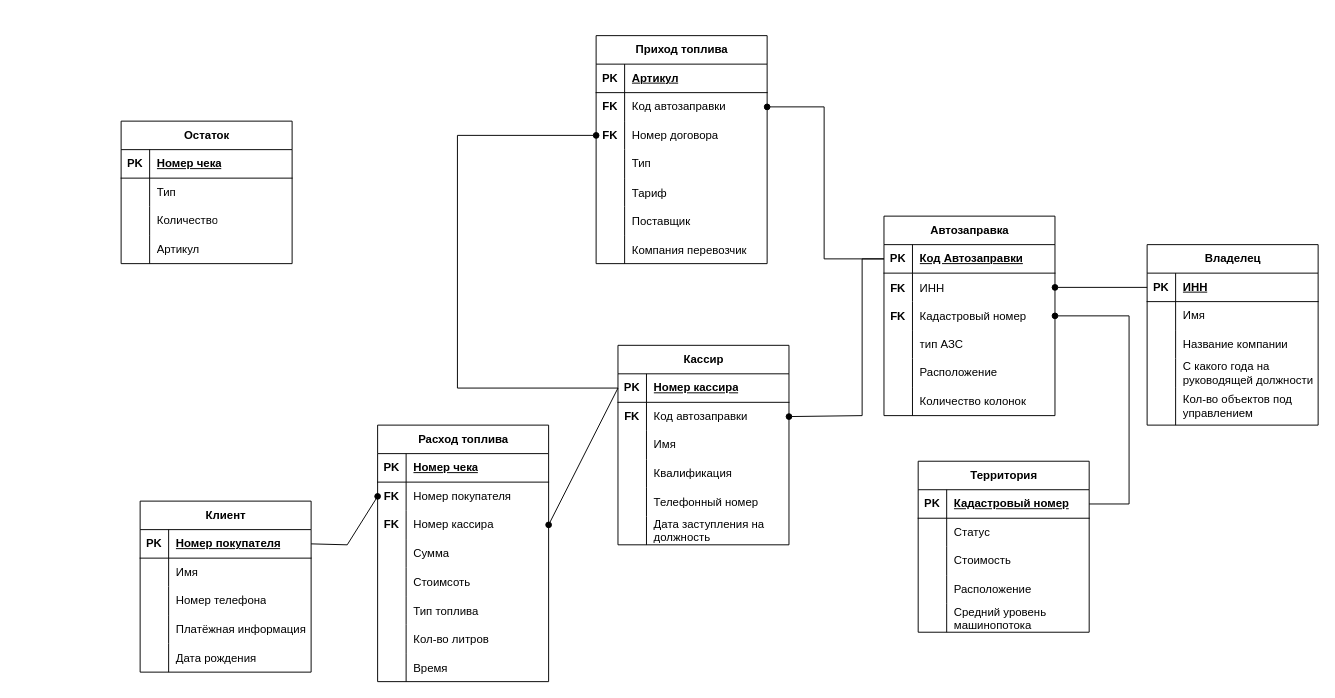
Earlier version of the draw.io diagram АвтозаправкиIDEF1X.drawio (rachhhen/SUBD). Source tidied: cells renumbered, new cells numbered last; positions are measured from the earlier drawing's top-left corner, leaving out a move shared by most shapes. Both pictures are drawn from the tidied source at 95%, with x=0, y=0 at pixel (121, 35).
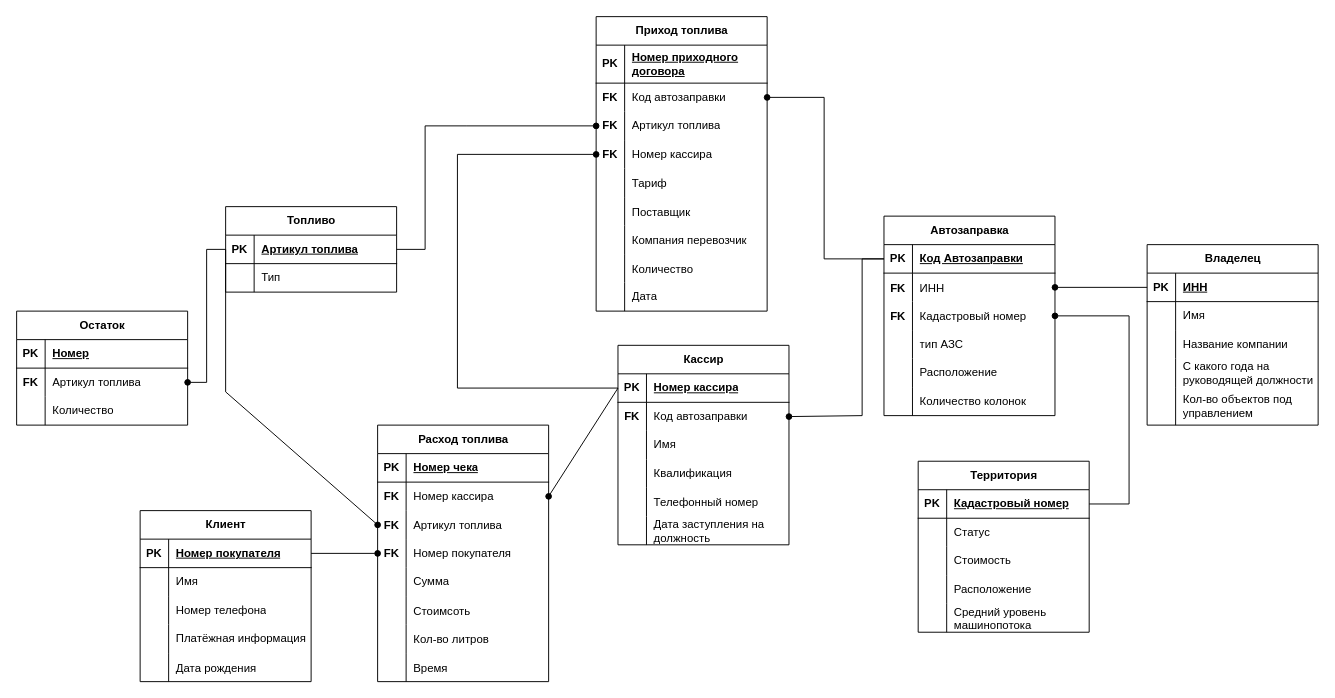
Above is the later version.

Unchanged cells that the change refers to:
```xml
<mxCell id="3" style="shape=tableRow;horizontal=0;startSize=0;swimlaneHead=0;swimlaneBody=0;fillColor=none;points=[[0,0.5],[1,0.5]];portConstraint=eastwest;top=0;left=0;right=0;bottom=1;" parent="2" vertex="1">
  <mxGeometry y="30" width="180" height="30" as="geometry" />
</mxCell>
<mxCell id="76" style="shape=tableRow;horizontal=0;startSize=0;swimlaneHead=0;swimlaneBody=0;fillColor=none;points=[[0,0.5],[1,0.5]];portConstraint=eastwest;top=0;left=0;right=0;bottom=1;" parent="75" vertex="1">
  <mxGeometry y="30" width="180" height="30" as="geometry" />
</mxCell>
<mxCell id="95" style="shape=tableRow;horizontal=0;startSize=0;swimlaneHead=0;swimlaneBody=0;fillColor=none;points=[[0,0.5],[1,0.5]];portConstraint=eastwest;top=0;left=0;right=0;bottom=1;" parent="94" vertex="1">
  <mxGeometry y="30" width="180" height="30" as="geometry" />
</mxCell>
<mxCell id="115" value="Расход топлива" style="shape=table;startSize=30;childLayout=tableLayout;rowLines=0;fontStyle=1;align=center;html=1;" parent="1" vertex="1">
  <mxGeometry x="270" y="410" width="180" height="270" as="geometry" />
</mxCell>
<mxCell id="143" style="shape=tableRow;horizontal=0;startSize=0;swimlaneHead=0;swimlaneBody=0;fillColor=none;top=0;left=0;right=0;bottom=1;" parent="142" vertex="1">
  <mxGeometry y="30" width="180" height="30" as="geometry" />
</mxCell>
<mxCell id="146" style="shape=tableRow;horizontal=0;startSize=0;swimlaneHead=0;swimlaneBody=0;fillColor=none;points=[[0,0.5],[1,0.5]];portConstraint=eastwest;top=0;left=0;right=0;bottom=0;" parent="142" vertex="1">
  <mxGeometry y="60" width="180" height="30" as="geometry" />
</mxCell>
```

The edit, as a diff of the source:
```diff
@@
     <mxCell id="53" value="Приход топлива" style="shape=table;startSize=30;childLayout=tableLayout;rowLines=0;fontStyle=1;align=center;html=1;" parent="1" vertex="1">
-      <mxGeometry x="500" width="180" height="240" as="geometry" />
+      <mxGeometry x="500" y="-20" width="180" height="310" as="geometry" />
     </mxCell>
     <mxCell id="54" style="shape=tableRow;horizontal=0;startSize=0;swimlaneHead=0;swimlaneBody=0;fillColor=none;top=0;left=0;right=0;bottom=1;" parent="53" vertex="1">
-      <mxGeometry y="30" width="180" height="30" as="geometry" />
+      <mxGeometry y="30" width="180" height="40" as="geometry" />
     </mxCell>
     <mxCell id="55" value="PK" style="shape=partialRectangle;fillColor=none;top=0;left=0;bottom=0;right=0;fontStyle=1;overflow=hidden;whiteSpace=wrap;html=1;" parent="54" vertex="1">
-      <mxGeometry width="30" height="30" as="geometry" />
+      <mxGeometry width="30" height="40" as="geometry" />
     </mxCell>
-    <mxCell id="56" value="Артикул" style="shape=partialRectangle;fillColor=none;top=0;left=0;bottom=0;right=0;align=left;spacingLeft=6;fontStyle=5;overflow=hidden;whiteSpace=wrap;html=1;" parent="54" vertex="1">
-      <mxGeometry x="30" width="150" height="30" as="geometry" />
+    <mxCell id="56" value="Номер приходного договора" style="shape=partialRectangle;fillColor=none;top=0;left=0;bottom=0;right=0;align=left;spacingLeft=6;fontStyle=5;overflow=hidden;whiteSpace=wrap;html=1;" parent="54" vertex="1">
+      <mxGeometry x="30" width="150" height="40" as="geometry" />
     </mxCell>
     <mxCell id="57" style="shape=tableRow;horizontal=0;startSize=0;swimlaneHead=0;swimlaneBody=0;fillColor=none;points=[[0,0.5],[1,0.5]];portConstraint=eastwest;top=0;left=0;right=0;bottom=0;" parent="53" vertex="1">
-      <mxGeometry y="60" width="180" height="30" as="geometry" />
+      <mxGeometry y="70" width="180" height="30" as="geometry" />
     </mxCell>
@@
+    <mxCell id="63" style="shape=tableRow;horizontal=0;startSize=0;swimlaneHead=0;swimlaneBody=0;fillColor=none;points=[[0,0.5],[1,0.5]];portConstraint=eastwest;top=0;left=0;right=0;bottom=0;" parent="53" vertex="1">
+      <mxGeometry y="100" width="180" height="30" as="geometry" />
+    </mxCell>
+    <mxCell id="64" value="&lt;b&gt;FK&lt;/b&gt;" style="shape=partialRectangle;fillColor=none;top=0;left=0;bottom=0;right=0;overflow=hidden;whiteSpace=wrap;html=1;" parent="63" vertex="1">
+      <mxGeometry width="30" height="30" as="geometry" />
+    </mxCell>
+    <mxCell id="65" value="Артикул топлива" style="shape=partialRectangle;fillColor=none;top=0;left=0;bottom=0;right=0;align=left;spacingLeft=6;overflow=hidden;whiteSpace=wrap;html=1;" parent="63" vertex="1">
+      <mxGeometry x="30" width="150" height="30" as="geometry" />
+    </mxCell>
     <mxCell id="60" style="shape=tableRow;horizontal=0;startSize=0;swimlaneHead=0;swimlaneBody=0;fillColor=none;points=[[0,0.5],[1,0.5]];portConstraint=eastwest;top=0;left=0;right=0;bottom=0;" parent="53" vertex="1">
-      <mxGeometry y="90" width="180" height="30" as="geometry" />
+      <mxGeometry y="130" width="180" height="30" as="geometry" />
     </mxCell>
@@
-    <mxCell id="62" value="Номер договора" style="shape=partialRectangle;fillColor=none;top=0;left=0;bottom=0;right=0;align=left;spacingLeft=6;overflow=hidden;whiteSpace=wrap;html=1;" parent="60" vertex="1">
+    <mxCell id="62" value="Номер кассира" style="shape=partialRectangle;fillColor=none;top=0;left=0;bottom=0;right=0;align=left;spacingLeft=6;overflow=hidden;whiteSpace=wrap;html=1;" parent="60" vertex="1">
       <mxGeometry x="30" width="150" height="30" as="geometry" />
     </mxCell>
-    <mxCell id="63" style="shape=tableRow;horizontal=0;startSize=0;swimlaneHead=0;swimlaneBody=0;fillColor=none;points=[[0,0.5],[1,0.5]];portConstraint=eastwest;top=0;left=0;right=0;bottom=0;" parent="53" vertex="1">
-      <mxGeometry y="120" width="180" height="30" as="geometry" />
-    </mxCell>
-    <mxCell id="64" style="shape=partialRectangle;fillColor=none;top=0;left=0;bottom=0;right=0;overflow=hidden;whiteSpace=wrap;html=1;" parent="63" vertex="1">
-      <mxGeometry width="30" height="30" as="geometry" />
-    </mxCell>
-    <mxCell id="65" value="Тип" style="shape=partialRectangle;fillColor=none;top=0;left=0;bottom=0;right=0;align=left;spacingLeft=6;overflow=hidden;whiteSpace=wrap;html=1;" parent="63" vertex="1">
-      <mxGeometry x="30" width="150" height="30" as="geometry" />
-    </mxCell>
     <mxCell id="66" style="shape=tableRow;horizontal=0;startSize=0;swimlaneHead=0;swimlaneBody=0;fillColor=none;top=0;left=0;right=0;bottom=0;" parent="53" vertex="1">
-      <mxGeometry y="150" width="180" height="30" as="geometry" />
+      <mxGeometry y="160" width="180" height="30" as="geometry" />
     </mxCell>
@@
     <mxCell id="69" style="shape=tableRow;horizontal=0;startSize=0;swimlaneHead=0;swimlaneBody=0;fillColor=none;top=0;left=0;right=0;bottom=0;" parent="53" vertex="1">
-      <mxGeometry y="180" width="180" height="30" as="geometry" />
+      <mxGeometry y="190" width="180" height="30" as="geometry" />
     </mxCell>
@@
     <mxCell id="72" style="shape=tableRow;horizontal=0;startSize=0;swimlaneHead=0;swimlaneBody=0;fillColor=none;top=0;left=0;right=0;bottom=0;" parent="53" vertex="1">
-      <mxGeometry y="210" width="180" height="30" as="geometry" />
+      <mxGeometry y="220" width="180" height="30" as="geometry" />
     </mxCell>
@@
+    <mxCell id="155" style="shape=tableRow;horizontal=0;startSize=0;swimlaneHead=0;swimlaneBody=0;fillColor=none;top=0;left=0;right=0;bottom=0;" parent="53" vertex="1">
+      <mxGeometry y="250" width="180" height="30" as="geometry" />
+    </mxCell>
+    <mxCell id="132" style="shape=partialRectangle;fillColor=none;top=0;left=0;bottom=0;right=0;overflow=hidden;" parent="155" vertex="1">
+      <mxGeometry width="30" height="30" as="geometry" />
+    </mxCell>
+    <mxCell id="156" value="Количество" style="shape=partialRectangle;fillColor=none;top=0;left=0;bottom=0;right=0;align=left;spacingLeft=6;overflow=hidden;" parent="155" vertex="1">
+      <mxGeometry x="30" width="150" height="30" as="geometry" />
+    </mxCell>
+    <mxCell id="157" style="shape=tableRow;horizontal=0;startSize=0;swimlaneHead=0;swimlaneBody=0;fillColor=none;top=0;left=0;right=0;bottom=0;" parent="53" vertex="1">
+      <mxGeometry y="280" width="180" height="30" as="geometry" />
+    </mxCell>
+    <mxCell id="158" style="shape=partialRectangle;fillColor=none;top=0;left=0;bottom=0;right=0;fontStyle=0;overflow=hidden;whiteSpace=wrap;html=1;" parent="157" vertex="1">
+      <mxGeometry width="30" height="30" as="geometry" />
+    </mxCell>
+    <mxCell id="159" value="Дата" style="shape=partialRectangle;fillColor=none;top=0;left=0;bottom=0;right=0;align=left;spacingLeft=6;fontStyle=0;overflow=hidden;whiteSpace=wrap;html=1;" parent="157" vertex="1">
+      <mxGeometry x="30" width="150" height="30" as="geometry" />
+    </mxCell>
@@
     <mxCell id="94" value="Клиент" style="shape=table;startSize=30;childLayout=tableLayout;rowLines=0;fontStyle=1;align=center;html=1;" parent="1" vertex="1">
-      <mxGeometry x="20" y="490" width="180" height="180" as="geometry" />
+      <mxGeometry x="20" y="500" width="180" height="180" as="geometry" />
     </mxCell>
@@
     <mxCell id="111" style="endArrow=none;html=1;rounded=0;entryX=0;entryY=0.5;entryDx=0;entryDy=0;exitX=1;exitY=0.5;exitDx=0;exitDy=0;startArrow=oval;startFill=1;" parent="1" edge="1" source="57" target="3">
       <mxGeometry relative="1" as="geometry">
         <Array as="points">
-          <mxPoint x="740" y="75" />
+          <mxPoint x="740" y="65" />
           <mxPoint x="740" y="235" />
         </Array>
       </mxGeometry>
     </mxCell>
     <mxCell id="112" style="endArrow=none;html=1;rounded=0;entryX=0;entryY=0.5;entryDx=0;entryDy=0;exitX=0;exitY=0.5;exitDx=0;exitDy=0;startArrow=oval;startFill=1;" parent="1" edge="1" source="60" target="76">
       <mxGeometry relative="1" as="geometry">
         <Array as="points">
-          <mxPoint x="354" y="105" />
+          <mxPoint x="354" y="125" />
           <mxPoint x="354" y="371" />
         </Array>
       </mxGeometry>
     </mxCell>
@@
+    <mxCell id="122" style="shape=tableRow;horizontal=0;startSize=0;swimlaneHead=0;swimlaneBody=0;fillColor=none;points=[[0,0.5],[1,0.5]];portConstraint=eastwest;top=0;left=0;right=0;bottom=0;" parent="115" vertex="1">
+      <mxGeometry y="60" width="180" height="30" as="geometry" />
+    </mxCell>
+    <mxCell id="123" value="&lt;b&gt;FK&lt;/b&gt;" style="shape=partialRectangle;fillColor=none;top=0;left=0;bottom=0;right=0;overflow=hidden;whiteSpace=wrap;html=1;" parent="122" vertex="1">
+      <mxGeometry width="30" height="30" as="geometry" />
+    </mxCell>
+    <mxCell id="124" value="Номер кассира" style="shape=partialRectangle;fillColor=none;top=0;left=0;bottom=0;right=0;align=left;spacingLeft=6;overflow=hidden;whiteSpace=wrap;html=1;" parent="122" vertex="1">
+      <mxGeometry x="30" width="150" height="30" as="geometry" />
+    </mxCell>
+    <mxCell id="160" style="shape=tableRow;horizontal=0;startSize=0;swimlaneHead=0;swimlaneBody=0;fillColor=none;points=[[0,0.5],[1,0.5]];portConstraint=eastwest;top=0;left=0;right=0;bottom=0;" parent="115" vertex="1">
+      <mxGeometry y="90" width="180" height="30" as="geometry" />
+    </mxCell>
+    <mxCell id="161" value="FK" style="shape=partialRectangle;fillColor=none;top=0;left=0;bottom=0;right=0;overflow=hidden;fontStyle=1;" parent="160" vertex="1">
+      <mxGeometry width="30" height="30" as="geometry" />
+    </mxCell>
+    <mxCell id="162" value="Артикул топлива" style="shape=partialRectangle;fillColor=none;top=0;left=0;bottom=0;right=0;align=left;spacingLeft=6;overflow=hidden;" parent="160" vertex="1">
+      <mxGeometry x="30" width="150" height="30" as="geometry" />
+    </mxCell>
     <mxCell id="119" style="shape=tableRow;horizontal=0;startSize=0;swimlaneHead=0;swimlaneBody=0;fillColor=none;points=[[0,0.5],[1,0.5]];portConstraint=eastwest;top=0;left=0;right=0;bottom=0;" parent="115" vertex="1">
-      <mxGeometry y="60" width="180" height="30" as="geometry" />
+      <mxGeometry y="120" width="180" height="30" as="geometry" />
     </mxCell>
@@
-    <mxCell id="122" style="shape=tableRow;horizontal=0;startSize=0;swimlaneHead=0;swimlaneBody=0;fillColor=none;points=[[0,0.5],[1,0.5]];portConstraint=eastwest;top=0;left=0;right=0;bottom=0;" parent="115" vertex="1">
-      <mxGeometry y="90" width="180" height="30" as="geometry" />
-    </mxCell>
-    <mxCell id="123" value="&lt;b&gt;FK&lt;/b&gt;" style="shape=partialRectangle;fillColor=none;top=0;left=0;bottom=0;right=0;overflow=hidden;whiteSpace=wrap;html=1;" parent="122" vertex="1">
-      <mxGeometry width="30" height="30" as="geometry" />
-    </mxCell>
-    <mxCell id="124" value="Номер кассира" style="shape=partialRectangle;fillColor=none;top=0;left=0;bottom=0;right=0;align=left;spacingLeft=6;overflow=hidden;whiteSpace=wrap;html=1;" parent="122" vertex="1">
-      <mxGeometry x="30" width="150" height="30" as="geometry" />
-    </mxCell>
     <mxCell id="125" style="shape=tableRow;horizontal=0;startSize=0;swimlaneHead=0;swimlaneBody=0;fillColor=none;top=0;left=0;right=0;bottom=0;" parent="115" vertex="1">
-      <mxGeometry y="120" width="180" height="30" as="geometry" />
+      <mxGeometry y="150" width="180" height="30" as="geometry" />
     </mxCell>
@@
     <mxCell id="128" style="shape=tableRow;horizontal=0;startSize=0;swimlaneHead=0;swimlaneBody=0;fillColor=none;top=0;left=0;right=0;bottom=0;" parent="115" vertex="1">
-      <mxGeometry y="150" width="180" height="30" as="geometry" />
+      <mxGeometry y="180" width="180" height="30" as="geometry" />
     </mxCell>
@@
-    <mxCell id="131" style="shape=tableRow;horizontal=0;startSize=0;swimlaneHead=0;swimlaneBody=0;fillColor=none;top=0;left=0;right=0;bottom=0;" parent="115" vertex="1">
-      <mxGeometry y="180" width="180" height="30" as="geometry" />
-    </mxCell>
-    <mxCell id="132" style="shape=partialRectangle;fillColor=none;top=0;left=0;bottom=0;right=0;overflow=hidden;" parent="131" vertex="1">
-      <mxGeometry width="30" height="30" as="geometry" />
-    </mxCell>
-    <mxCell id="133" value="Тип топлива" style="shape=partialRectangle;fillColor=none;top=0;left=0;bottom=0;right=0;align=left;spacingLeft=6;overflow=hidden;" parent="131" vertex="1">
-      <mxGeometry x="30" width="150" height="30" as="geometry" />
-    </mxCell>
@@
     <mxCell id="140" style="endArrow=oval;html=1;rounded=0;exitX=1;exitY=0.5;exitDx=0;exitDy=0;entryX=0;entryY=0.5;entryDx=0;entryDy=0;startArrow=none;startFill=0;endFill=1;" parent="1" edge="1" source="95" target="119">
-      <mxGeometry relative="1" as="geometry">
-        <Array as="points">
-          <mxPoint x="238" y="536" />
-        </Array>
-      </mxGeometry>
+      <mxGeometry relative="1" as="geometry" />
     </mxCell>
@@
     <mxCell id="142" value="Остаток" style="shape=table;startSize=30;childLayout=tableLayout;rowLines=0;fontStyle=1;align=center;html=1;" parent="1" vertex="1">
-      <mxGeometry y="90" width="180" height="150" as="geometry" />
+      <mxGeometry x="-110" y="290" width="180" height="120" as="geometry" />
     </mxCell>
@@
-    <mxCell id="145" value="Номер чека" style="shape=partialRectangle;fillColor=none;top=0;left=0;bottom=0;right=0;align=left;spacingLeft=6;fontStyle=5;overflow=hidden;whiteSpace=wrap;html=1;" parent="143" vertex="1">
+    <mxCell id="145" value="Номер" style="shape=partialRectangle;fillColor=none;top=0;left=0;bottom=0;right=0;align=left;spacingLeft=6;fontStyle=5;overflow=hidden;whiteSpace=wrap;html=1;" parent="143" vertex="1">
       <mxGeometry x="30" width="150" height="30" as="geometry" />
     </mxCell>
@@
-    <mxCell id="147" style="shape=partialRectangle;fillColor=none;top=0;left=0;bottom=0;right=0;overflow=hidden;whiteSpace=wrap;html=1;" parent="146" vertex="1">
+    <mxCell id="147" value="&lt;b&gt;FK&lt;/b&gt;" style="shape=partialRectangle;fillColor=none;top=0;left=0;bottom=0;right=0;overflow=hidden;whiteSpace=wrap;html=1;" parent="146" vertex="1">
       <mxGeometry width="30" height="30" as="geometry" />
     </mxCell>
-    <mxCell id="148" value="Тип" style="shape=partialRectangle;fillColor=none;top=0;left=0;bottom=0;right=0;align=left;spacingLeft=6;overflow=hidden;whiteSpace=wrap;html=1;" parent="146" vertex="1">
+    <mxCell id="148" value="Артикул топлива" style="shape=partialRectangle;fillColor=none;top=0;left=0;bottom=0;right=0;align=left;spacingLeft=6;overflow=hidden;whiteSpace=wrap;html=1;" parent="146" vertex="1">
       <mxGeometry x="30" width="150" height="30" as="geometry" />
     </mxCell>
@@
-    <mxCell id="152" style="shape=tableRow;horizontal=0;startSize=0;swimlaneHead=0;swimlaneBody=0;fillColor=none;top=0;left=0;right=0;bottom=0;" parent="142" vertex="1">
-      <mxGeometry y="120" width="180" height="30" as="geometry" />
-    </mxCell>
+    <mxCell id="163" value="Топливо" style="shape=table;startSize=30;childLayout=tableLayout;rowLines=0;fontStyle=1;align=center;html=1;" parent="1" vertex="1">
+      <mxGeometry x="110" y="180" width="180" height="90" as="geometry" />
+    </mxCell>
+    <mxCell id="164" style="shape=tableRow;horizontal=0;startSize=0;swimlaneHead=0;swimlaneBody=0;fillColor=none;points=[[0,0.5],[1,0.5]];portConstraint=eastwest;top=0;left=0;right=0;bottom=1;" parent="163" vertex="1">
+      <mxGeometry y="30" width="180" height="30" as="geometry" />
+    </mxCell>
+    <mxCell id="165" value="PK" style="shape=partialRectangle;fillColor=none;top=0;left=0;bottom=0;right=0;fontStyle=1;overflow=hidden;whiteSpace=wrap;html=1;" parent="164" vertex="1">
+      <mxGeometry width="30" height="30" as="geometry" />
+    </mxCell>
+    <mxCell id="166" value="Артикул топлива" style="shape=partialRectangle;fillColor=none;top=0;left=0;bottom=0;right=0;align=left;spacingLeft=6;fontStyle=5;overflow=hidden;whiteSpace=wrap;html=1;" parent="164" vertex="1">
+      <mxGeometry x="30" width="150" height="30" as="geometry" />
+    </mxCell>
+    <mxCell id="167" style="shape=tableRow;horizontal=0;startSize=0;swimlaneHead=0;swimlaneBody=0;fillColor=none;top=0;left=0;right=0;bottom=0;" parent="163" vertex="1">
+      <mxGeometry y="60" width="180" height="30" as="geometry" />
+    </mxCell>
-    <mxCell id="153" style="shape=partialRectangle;fillColor=none;top=0;left=0;bottom=0;right=0;overflow=hidden;whiteSpace=wrap;html=1;" parent="152" vertex="1">
+    <mxCell id="153" style="shape=partialRectangle;fillColor=none;top=0;left=0;bottom=0;right=0;overflow=hidden;whiteSpace=wrap;html=1;" parent="167" vertex="1">
       <mxGeometry width="30" height="30" as="geometry" />
     </mxCell>
-    <mxCell id="154" value="Артикул" style="shape=partialRectangle;fillColor=none;top=0;left=0;bottom=0;right=0;align=left;spacingLeft=6;overflow=hidden;whiteSpace=wrap;html=1;" parent="152" vertex="1">
-      <mxGeometry x="30" width="150" height="30" as="geometry" />
-    </mxCell>
+    <mxCell id="168" value="Тип" style="shape=partialRectangle;fillColor=none;top=0;left=0;bottom=0;right=0;align=left;spacingLeft=6;overflow=hidden;whiteSpace=wrap;html=1;" parent="167" vertex="1">
+      <mxGeometry x="30" width="150" height="30" as="geometry" />
+    </mxCell>
+    <mxCell id="169" style="endArrow=none;html=1;rounded=0;entryX=1;entryY=0.5;entryDx=0;entryDy=0;exitX=0;exitY=0.5;exitDx=0;exitDy=0;startArrow=oval;startFill=1;" parent="1" edge="1" source="63" target="164">
+      <mxGeometry relative="1" as="geometry">
+        <Array as="points">
+          <mxPoint x="364" y="95" />
+          <mxPoint x="320" y="95" />
+          <mxPoint x="320" y="225" />
+        </Array>
+      </mxGeometry>
+    </mxCell>
+    <mxCell id="170" style="endArrow=none;html=1;rounded=0;entryX=0;entryY=0.5;entryDx=0;entryDy=0;exitX=1;exitY=0.5;exitDx=0;exitDy=0;startArrow=oval;startFill=1;" parent="1" edge="1" source="146" target="164">
+      <mxGeometry relative="1" as="geometry">
+        <Array as="points">
+          <mxPoint x="90" y="365" />
+          <mxPoint x="90" y="225" />
+        </Array>
+      </mxGeometry>
+    </mxCell>
+    <mxCell id="171" style="endArrow=none;html=1;rounded=0;entryX=0;entryY=0.5;entryDx=0;entryDy=0;exitX=0;exitY=0.5;exitDx=0;exitDy=0;startArrow=oval;startFill=1;" parent="1" edge="1" source="160" target="164">
+      <mxGeometry relative="1" as="geometry">
+        <Array as="points">
+          <mxPoint x="110" y="375" />
+        </Array>
+      </mxGeometry>
+    </mxCell>
```
